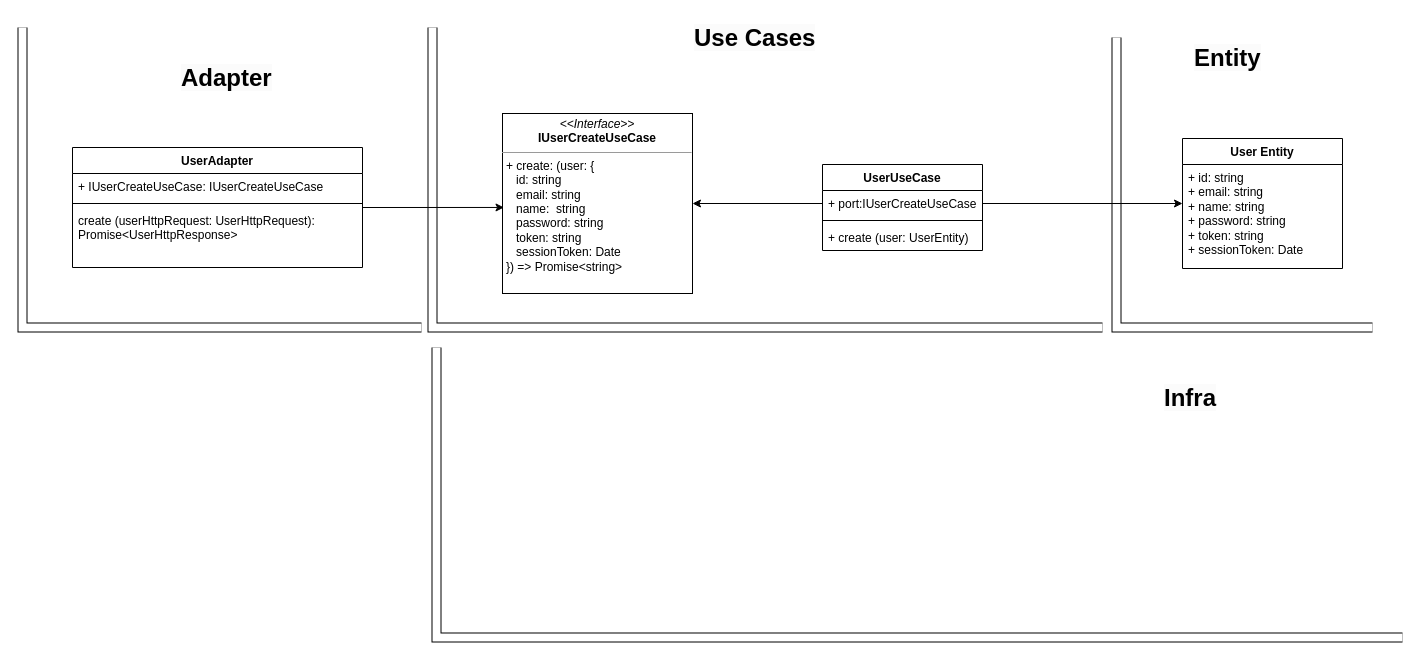
Before: Class Diagram - backend.drawio in edmooliveira29/backend-system, a draw.io diagram. Source tidied: cells renumbered, new cells numbered last; positions are measured from the earlier drawing's top-left corner, leaving out a move shared by most shapes. Both pictures are drawn from the tidied source at 100%, with x=0, y=0 at pixel (22, 17).
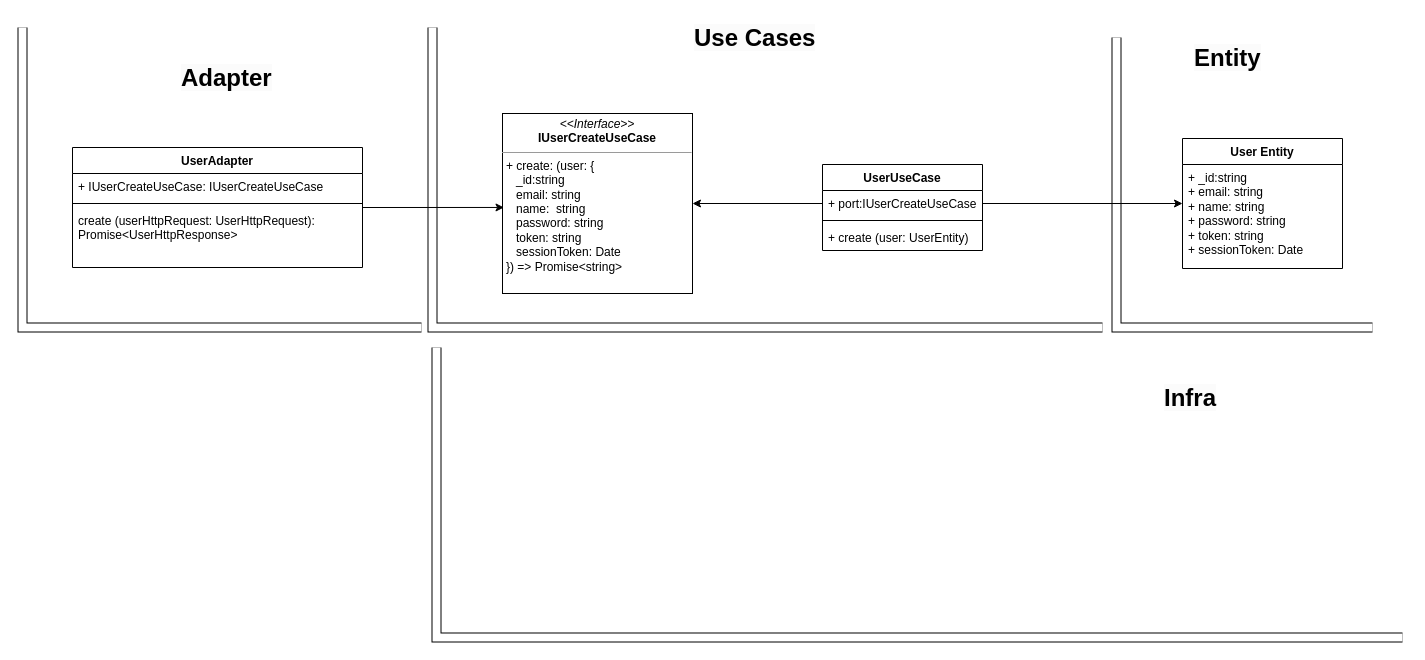
Above is the later version.

The change refers to these unchanged cells:
```xml
<mxCell id="18" value="User Entity&lt;div style=&quot;border-color: var(--border-color); padding: 0px; margin: 0px;&quot;&gt;&lt;br style=&quot;border-color: var(--border-color); padding: 0px; margin: 0px; font-weight: 400;&quot;&gt;&lt;/div&gt;" style="swimlane;fontStyle=1;align=center;verticalAlign=top;horizontal=1;startSize=26;whiteSpace=wrap;html=1;" parent="1" vertex="1">
  <mxGeometry x="1160" y="121" width="160" height="130" as="geometry" />
</mxCell>
```

What changed in the source:
```diff
@@
-    <mxCell id="6" value="&lt;p style=&quot;margin:0px;margin-top:4px;text-align:center;&quot;&gt;&lt;i&gt;&amp;lt;&amp;lt;Interface&amp;gt;&amp;gt;&lt;/i&gt;&lt;br&gt;&lt;b&gt;IUserCreateUseCase&lt;/b&gt;&lt;br&gt;&lt;/p&gt;&lt;hr size=&quot;1&quot;&gt;&lt;p style=&quot;margin:0px;margin-left:4px;&quot;&gt;&lt;/p&gt;&lt;p style=&quot;margin:0px;margin-left:4px;&quot;&gt;+&amp;nbsp;create: (user: {&lt;/p&gt;&lt;p style=&quot;margin:0px;margin-left:4px;&quot;&gt;&amp;nbsp; &amp;nbsp;id: string&amp;nbsp;&lt;/p&gt;&lt;p style=&quot;margin:0px;margin-left:4px;&quot;&gt;&amp;nbsp; &amp;nbsp;email: string&amp;nbsp;&lt;/p&gt;&lt;p style=&quot;margin:0px;margin-left:4px;&quot;&gt;&amp;nbsp; &amp;nbsp;name:&amp;nbsp; string&amp;nbsp;&lt;/p&gt;&lt;p style=&quot;margin:0px;margin-left:4px;&quot;&gt;&amp;nbsp; &amp;nbsp;password: string&amp;nbsp;&lt;/p&gt;&lt;p style=&quot;margin:0px;margin-left:4px;&quot;&gt;&amp;nbsp; &amp;nbsp;token: string&lt;/p&gt;&lt;p style=&quot;margin:0px;margin-left:4px;&quot;&gt;&amp;nbsp; &amp;nbsp;sessionToken: Date&amp;nbsp;&lt;/p&gt;&lt;p style=&quot;margin:0px;margin-left:4px;&quot;&gt;}) =&amp;gt; Promise&amp;lt;string&amp;gt;&lt;/p&gt;" style="verticalAlign=top;align=left;overflow=fill;fontSize=12;fontFamily=Helvetica;html=1;whiteSpace=wrap;" parent="1" vertex="1">
+    <mxCell id="6" value="&lt;p style=&quot;margin:0px;margin-top:4px;text-align:center;&quot;&gt;&lt;i&gt;&amp;lt;&amp;lt;Interface&amp;gt;&amp;gt;&lt;/i&gt;&lt;br&gt;&lt;b&gt;IUserCreateUseCase&lt;/b&gt;&lt;br&gt;&lt;/p&gt;&lt;hr size=&quot;1&quot;&gt;&lt;p style=&quot;margin:0px;margin-left:4px;&quot;&gt;&lt;/p&gt;&lt;p style=&quot;margin:0px;margin-left:4px;&quot;&gt;+&amp;nbsp;create: (user: {&lt;/p&gt;&lt;p style=&quot;margin:0px;margin-left:4px;&quot;&gt;&amp;nbsp; &amp;nbsp;_id:string&amp;nbsp;&lt;/p&gt;&lt;p style=&quot;margin:0px;margin-left:4px;&quot;&gt;&amp;nbsp; &amp;nbsp;email: string&amp;nbsp;&lt;/p&gt;&lt;p style=&quot;margin:0px;margin-left:4px;&quot;&gt;&amp;nbsp; &amp;nbsp;name:&amp;nbsp; string&amp;nbsp;&lt;/p&gt;&lt;p style=&quot;margin:0px;margin-left:4px;&quot;&gt;&amp;nbsp; &amp;nbsp;password: string&amp;nbsp;&lt;/p&gt;&lt;p style=&quot;margin:0px;margin-left:4px;&quot;&gt;&amp;nbsp; &amp;nbsp;token: string&lt;/p&gt;&lt;p style=&quot;margin:0px;margin-left:4px;&quot;&gt;&amp;nbsp; &amp;nbsp;sessionToken: Date&amp;nbsp;&lt;/p&gt;&lt;p style=&quot;margin:0px;margin-left:4px;&quot;&gt;}) =&amp;gt; Promise&amp;lt;string&amp;gt;&lt;/p&gt;" style="verticalAlign=top;align=left;overflow=fill;fontSize=12;fontFamily=Helvetica;html=1;whiteSpace=wrap;" parent="1" vertex="1">
       <mxGeometry x="480" y="96" width="190" height="180" as="geometry" />
     </mxCell>
@@
-    <mxCell id="19" value="+ id: string&lt;br style=&quot;border-color: var(--border-color); padding: 0px; margin: 0px;&quot;&gt;&lt;span style=&quot;&quot;&gt;+ email: string&lt;/span&gt;&lt;br style=&quot;border-color: var(--border-color); padding: 0px; margin: 0px;&quot;&gt;&lt;span style=&quot;&quot;&gt;+ name: string&lt;/span&gt;&lt;br style=&quot;border-color: var(--border-color); padding: 0px; margin: 0px;&quot;&gt;&lt;span style=&quot;&quot;&gt;+ password: string&lt;/span&gt;&lt;br style=&quot;border-color: var(--border-color); padding: 0px; margin: 0px;&quot;&gt;&lt;span style=&quot;&quot;&gt;+ token: string&lt;br&gt;&lt;/span&gt;&lt;span style=&quot;&quot;&gt;+ sessionToken: Date&lt;/span&gt;" style="text;strokeColor=none;fillColor=none;align=left;verticalAlign=top;spacingLeft=4;spacingRight=4;overflow=hidden;whiteSpace=wrap;html=1;" parent="18" vertex="1">
+    <mxCell id="19" value="+ _id:string&lt;br style=&quot;border-color: var(--border-color); padding: 0px; margin: 0px;&quot;&gt;&lt;span style=&quot;&quot;&gt;+ email: string&lt;/span&gt;&lt;br style=&quot;border-color: var(--border-color); padding: 0px; margin: 0px;&quot;&gt;&lt;span style=&quot;&quot;&gt;+ name: string&lt;/span&gt;&lt;br style=&quot;border-color: var(--border-color); padding: 0px; margin: 0px;&quot;&gt;&lt;span style=&quot;&quot;&gt;+ password: string&lt;/span&gt;&lt;br style=&quot;border-color: var(--border-color); padding: 0px; margin: 0px;&quot;&gt;&lt;span style=&quot;&quot;&gt;+ token: string&lt;br&gt;&lt;/span&gt;&lt;span style=&quot;&quot;&gt;+ sessionToken: Date&lt;/span&gt;" style="text;strokeColor=none;fillColor=none;align=left;verticalAlign=top;spacingLeft=4;spacingRight=4;overflow=hidden;whiteSpace=wrap;html=1;" parent="18" vertex="1">
       <mxGeometry y="26" width="160" height="104" as="geometry" />
     </mxCell>
```
